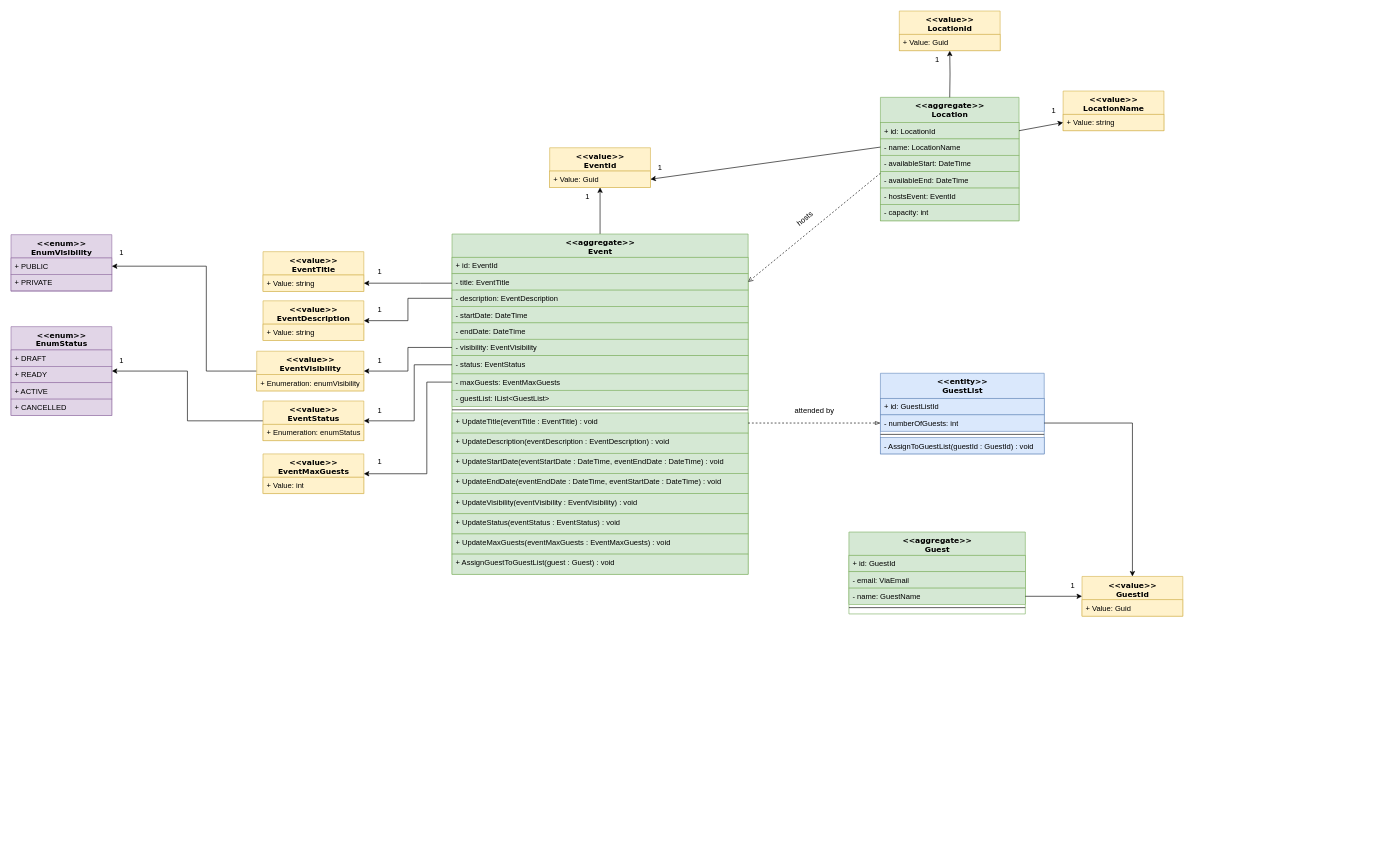
Before: Assignment_1/Concrete Domain Model.drawio in Emil645h/VIAEventAssociation, a draw.io diagram. Source tidied: cells renumbered, new cells numbered last; positions are measured from the earlier drawing's top-left corner, leaving out a move shared by most shapes. Both pictures are drawn from the tidied source at 63%, with x=0, y=0 at pixel (11, 11).
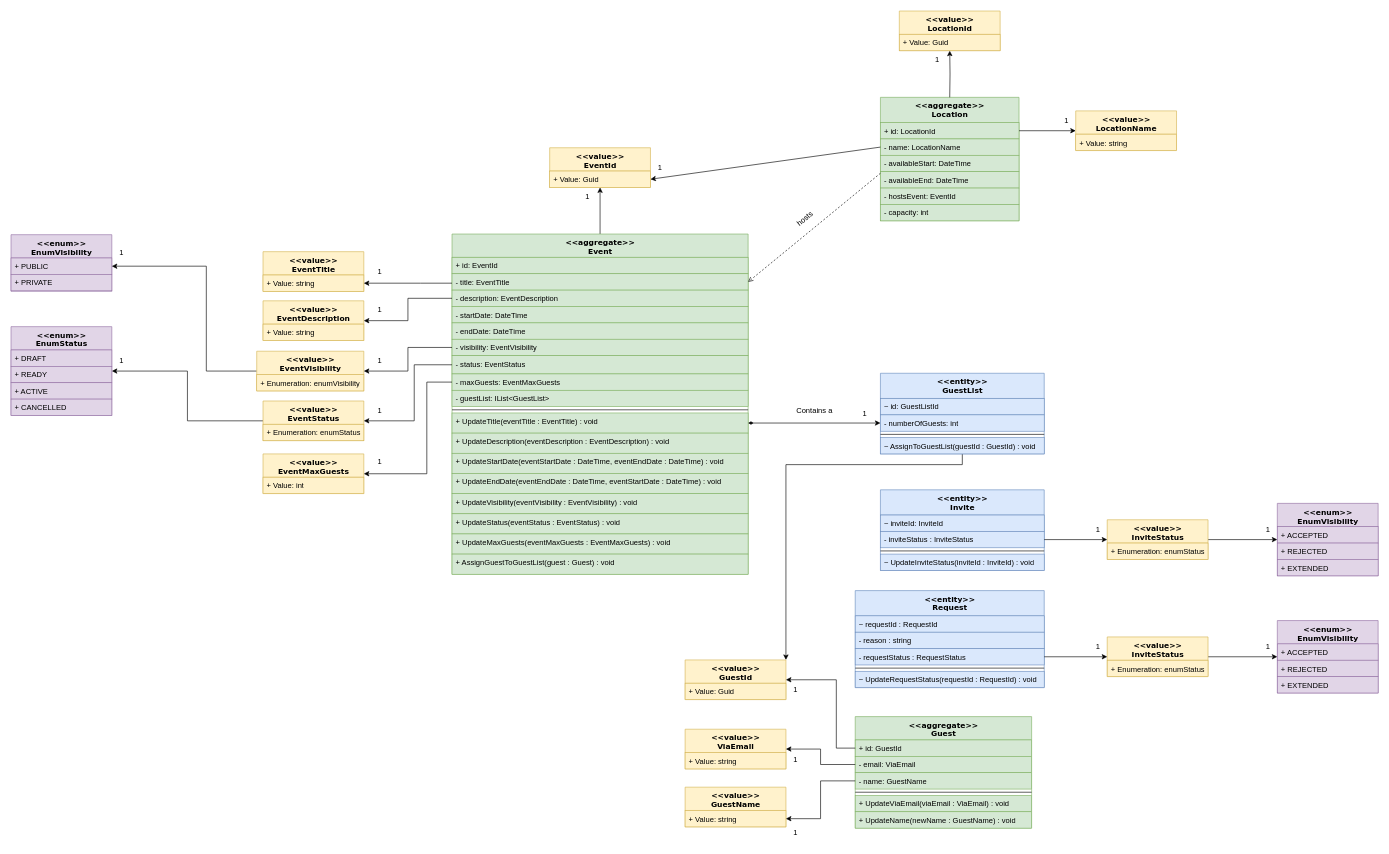
Above is the later version.

Commit message:
Draft 3 - Incomplete - Concrete Domain Model.drawio

The change refers to these unchanged cells:
```xml
<mxCell id="14" value="+ UpdateTitle(eventTitle : EventTitle) : void" style="text;html=1;strokeColor=#82b366;fillColor=#d5e8d4;align=left;verticalAlign=top;spacingLeft=4;spacingRight=4;whiteSpace=wrap;overflow=hidden;points=[[0,0.5],[1,0.5]];portConstraint=eastwest;" parent="3" vertex="1">
  <mxGeometry y="284" width="470" height="32" as="geometry" />
</mxCell>
<mxCell id="22" value="&amp;lt;&amp;lt;entity&amp;gt;&amp;gt;&lt;div&gt;GuestList&lt;/div&gt;" style="swimlane;html=1;fontStyle=1;align=center;verticalAlign=top;horizontal=1;startSize=40;swimlaneFillColor=#ffffff;rounded=0;shadow=0;comic=0;labelBackgroundColor=none;strokeWidth=1;fillColor=#dae8fc;fontFamily=Verdana;fontSize=12;strokeColor=#6c8ebf;" parent="1" vertex="1">
  <mxGeometry x="1380" y="575" width="260" height="128" as="geometry" />
</mxCell>
<mxCell id="24" value="- numberOfGuests: int" style="text;html=1;strokeColor=#6c8ebf;fillColor=#dae8fc;align=left;verticalAlign=top;spacingLeft=4;spacingRight=4;whiteSpace=wrap;overflow=hidden;points=[[0,0.5],[1,0.5]];portConstraint=eastwest;" parent="22" vertex="1">
  <mxGeometry y="66" width="260" height="26" as="geometry" />
</mxCell>
<mxCell id="31" value="+ id: GuestId" style="text;html=1;strokeColor=#82b366;fillColor=#d5e8d4;align=left;verticalAlign=top;spacingLeft=4;spacingRight=4;whiteSpace=wrap;overflow=hidden;points=[[0,0.5],[1,0.5]];portConstraint=eastwest;" parent="30" vertex="1">
  <mxGeometry y="37" width="280" height="26" as="geometry" />
</mxCell>
<mxCell id="32" value="- email: ViaEmail" style="text;html=1;strokeColor=#82b366;fillColor=#d5e8d4;align=left;verticalAlign=top;spacingLeft=4;spacingRight=4;whiteSpace=wrap;overflow=hidden;points=[[0,0.5],[1,0.5]];portConstraint=eastwest;" parent="30" vertex="1">
  <mxGeometry y="63" width="280" height="26" as="geometry" />
</mxCell>
<mxCell id="33" value="- name: GuestName" style="text;html=1;strokeColor=#82b366;fillColor=#d5e8d4;align=left;verticalAlign=top;spacingLeft=4;spacingRight=4;whiteSpace=wrap;overflow=hidden;points=[[0,0.5],[1,0.5]];portConstraint=eastwest;" parent="30" vertex="1">
  <mxGeometry y="89" width="280" height="26" as="geometry" />
</mxCell>
<mxCell id="53" value="+ id: LocationId" style="text;html=1;strokeColor=#82b366;fillColor=#d5e8d4;align=left;verticalAlign=top;spacingLeft=4;spacingRight=4;whiteSpace=wrap;overflow=hidden;points=[[0,0.5],[1,0.5]];portConstraint=eastwest;" parent="52" vertex="1">
  <mxGeometry y="40" width="220" height="26" as="geometry" />
</mxCell>
<mxCell id="68" value="+ Value: string" style="text;html=1;strokeColor=#d6b656;fillColor=#fff2cc;align=left;verticalAlign=top;spacingLeft=4;spacingRight=4;whiteSpace=wrap;overflow=hidden;points=[[0,0.5],[1,0.5]];portConstraint=eastwest;" parent="67" vertex="1">
  <mxGeometry y="37" width="160" height="26" as="geometry" />
</mxCell>
```

What changed in the source:
```diff
@@
+    <mxCell id="93" style="edgeStyle=orthogonalEdgeStyle;rounded=0;jettySize=auto;html=1;entryX=1;entryY=0;entryDx=0;entryDy=0;" parent="1" edge="1" source="22" target="35">
+      <mxGeometry relative="1" as="geometry">
+        <Array as="points">
+          <mxPoint x="1510" y="720" />
+          <mxPoint x="1230" y="720" />
+        </Array>
+      </mxGeometry>
+    </mxCell>
@@
-    <mxCell id="23" value="+ id: GuestListId" style="text;html=1;strokeColor=#6c8ebf;fillColor=#dae8fc;align=left;verticalAlign=top;spacingLeft=4;spacingRight=4;whiteSpace=wrap;overflow=hidden;" parent="22" vertex="1">
+    <mxCell id="23" value="~ id: GuestListId" style="text;html=1;strokeColor=#6c8ebf;fillColor=#dae8fc;align=left;verticalAlign=top;spacingLeft=4;spacingRight=4;whiteSpace=wrap;overflow=hidden;" parent="22" vertex="1">
       <mxGeometry y="40" width="260" height="26" as="geometry" />
     </mxCell>
@@
-    <mxCell id="26" value="- AssignToGuestList(guestId : GuestId) : void" style="text;html=1;strokeColor=#6c8ebf;fillColor=#dae8fc;align=left;verticalAlign=top;spacingLeft=4;spacingRight=4;whiteSpace=wrap;overflow=hidden;" parent="22" vertex="1">
+    <mxCell id="26" value="~ AssignToGuestList(guestId : GuestId) : void" style="text;html=1;strokeColor=#6c8ebf;fillColor=#dae8fc;align=left;verticalAlign=top;spacingLeft=4;spacingRight=4;whiteSpace=wrap;overflow=hidden;" parent="22" vertex="1">
       <mxGeometry y="102" width="260" height="26" as="geometry" />
     </mxCell>
@@
     <mxCell id="30" value="&amp;lt;&amp;lt;aggregate&amp;gt;&amp;gt;&lt;div&gt;Guest&lt;/div&gt;" style="swimlane;html=1;fontStyle=1;align=center;verticalAlign=top;horizontal=1;startSize=37;swimlaneFillColor=#ffffff;rounded=0;shadow=0;comic=0;labelBackgroundColor=none;strokeWidth=1;fillColor=#d5e8d4;fontFamily=Verdana;fontSize=12;strokeColor=#82b366;" parent="1" vertex="1">
-      <mxGeometry x="1330" y="827" width="280" height="130" as="geometry" />
+      <mxGeometry x="1340" y="1120" width="280" height="177" as="geometry" />
     </mxCell>
@@
+    <mxCell id="94" value="+ UpdateViaEmail(viaEmail : ViaEmail) : void" style="text;html=1;strokeColor=#82b366;fillColor=#d5e8d4;align=left;verticalAlign=top;spacingLeft=4;spacingRight=4;whiteSpace=wrap;overflow=hidden;" parent="30" vertex="1">
+      <mxGeometry y="125" width="280" height="26" as="geometry" />
+    </mxCell>
+    <mxCell id="95" value="+ UpdateName(newName : GuestName) : void" style="text;html=1;strokeColor=#82b366;fillColor=#d5e8d4;align=left;verticalAlign=top;spacingLeft=4;spacingRight=4;whiteSpace=wrap;overflow=hidden;" parent="30" vertex="1">
+      <mxGeometry y="151" width="280" height="26" as="geometry" />
+    </mxCell>
     <mxCell id="35" value="&amp;lt;&amp;lt;value&amp;gt;&amp;gt;&lt;div&gt;GuestId&lt;/div&gt;" style="swimlane;html=1;fontStyle=1;align=center;verticalAlign=top;horizontal=1;startSize=37;swimlaneFillColor=#ffffff;rounded=0;shadow=0;comic=0;labelBackgroundColor=none;strokeWidth=1;fontFamily=Verdana;fontSize=12;fillColor=#fff2cc;strokeColor=#d6b656;" parent="1" vertex="1">
-      <mxGeometry x="1700" y="897.5" width="160" height="63" as="geometry" />
+      <mxGeometry x="1070" y="1030" width="160" height="63" as="geometry" />
     </mxCell>
@@
-    <mxCell id="37" style="edgeStyle=orthogonalEdgeStyle;rounded=0;jettySize=auto;html=1;entryX=0;entryY=0.5;entryDx=0;entryDy=0;" parent="1" edge="1" source="33" target="35">
-      <mxGeometry relative="1" as="geometry" />
-    </mxCell>
-    <mxCell id="38" value="1" style="text;html=1;align=center;verticalAlign=middle;strokeColor=none;fillColor=none;" parent="1" vertex="1">
-      <mxGeometry x="1670" y="897.5" width="30" height="30" as="geometry" />
-    </mxCell>
@@
-    <mxCell id="50" style="edgeStyle=orthogonalEdgeStyle;rounded=0;jettySize=auto;html=1;entryX=0;entryY=0.5;entryDx=0;entryDy=0;dashed=1;endArrow=blockThin;endFill=0;" parent="1" edge="1" source="14" target="24">
+    <mxCell id="50" style="edgeStyle=orthogonalEdgeStyle;rounded=0;jettySize=auto;html=1;entryX=0;entryY=0.5;entryDx=0;entryDy=0;endArrow=classic;endFill=1;startArrow=diamondThin;startFill=1;" parent="1" edge="1" source="14" target="24">
       <mxGeometry relative="1" as="geometry" />
     </mxCell>
-    <mxCell id="51" value="attended by" style="text;html=1;align=center;verticalAlign=middle;strokeColor=none;fillColor=none;" parent="1" vertex="1">
-      <mxGeometry x="1230" y="619" width="90" height="30" as="geometry" />
+    <mxCell id="51" value="Contains a" style="text;html=1;align=center;verticalAlign=middle;strokeColor=none;fillColor=none;" parent="1" vertex="1">
+      <mxGeometry x="1235" y="619" width="80" height="30" as="geometry" />
     </mxCell>
@@
     <mxCell id="67" value="&amp;lt;&amp;lt;value&amp;gt;&amp;gt;&lt;div&gt;LocationName&lt;/div&gt;" style="swimlane;html=1;fontStyle=1;align=center;verticalAlign=top;horizontal=1;startSize=37;swimlaneFillColor=#ffffff;rounded=0;shadow=0;comic=0;labelBackgroundColor=none;strokeWidth=1;fontFamily=Verdana;fontSize=12;fillColor=#fff2cc;strokeColor=#d6b656;" parent="1" vertex="1">
-      <mxGeometry x="1670" y="127" width="160" height="63" as="geometry" />
+      <mxGeometry x="1690" y="158.5" width="160" height="63" as="geometry" />
     </mxCell>
@@
-    <mxCell id="69" style="endArrow=classic;html=1;rounded=0;entryX=0;entryY=0.5;entryDx=0;entryDy=0;" parent="1" edge="1" target="68">
-      <mxGeometry relative="1" as="geometry">
-        <mxPoint x="1600" y="190" as="sourcePoint" />
-      </mxGeometry>
-    </mxCell>
     <mxCell id="70" value="1" style="text;html=1;align=center;verticalAlign=middle;strokeColor=none;fillColor=none;" parent="1" vertex="1">
-      <mxGeometry x="1640" y="143.5" width="30" height="30" as="geometry" />
+      <mxGeometry x="1660" y="158.5" width="30" height="30" as="geometry" />
     </mxCell>
-    <mxCell id="71" style="edgeStyle=orthogonalEdgeStyle;rounded=0;jettySize=auto;html=1;" parent="1" edge="1" source="24" target="35">
-      <mxGeometry relative="1" as="geometry" />
-    </mxCell>
@@
+    <mxCell id="96" value="1" style="text;html=1;align=center;verticalAlign=middle;strokeColor=none;fillColor=none;" parent="1" vertex="1">
+      <mxGeometry x="1230" y="1173" width="30" height="30" as="geometry" />
+    </mxCell>
+    <mxCell id="97" value="1" style="text;html=1;align=center;verticalAlign=middle;strokeColor=none;fillColor=none;" parent="1" vertex="1">
+      <mxGeometry x="1340" y="624" width="30" height="30" as="geometry" />
+    </mxCell>
+    <mxCell id="98" value="&amp;lt;&amp;lt;value&amp;gt;&amp;gt;&lt;div&gt;GuestName&lt;/div&gt;" style="swimlane;html=1;fontStyle=1;align=center;verticalAlign=top;horizontal=1;startSize=37;swimlaneFillColor=#ffffff;rounded=0;shadow=0;comic=0;labelBackgroundColor=none;strokeWidth=1;fontFamily=Verdana;fontSize=12;fillColor=#fff2cc;strokeColor=#d6b656;" parent="1" vertex="1">
+      <mxGeometry x="1070" y="1232" width="160" height="63" as="geometry" />
+    </mxCell>
+    <mxCell id="99" value="+ Value: string" style="text;html=1;strokeColor=#d6b656;fillColor=#fff2cc;align=left;verticalAlign=top;spacingLeft=4;spacingRight=4;whiteSpace=wrap;overflow=hidden;points=[[0,0.5],[1,0.5]];portConstraint=eastwest;" parent="98" vertex="1">
+      <mxGeometry y="37" width="160" height="26" as="geometry" />
+    </mxCell>
+    <mxCell id="100" style="edgeStyle=orthogonalEdgeStyle;rounded=0;jettySize=auto;html=1;exitX=0;exitY=0.5;exitDx=0;exitDy=0;" parent="1" edge="1" source="33" target="99">
+      <mxGeometry relative="1" as="geometry" />
+    </mxCell>
+    <mxCell id="101" value="&amp;lt;&amp;lt;value&amp;gt;&amp;gt;&lt;div&gt;ViaEmail&lt;/div&gt;" style="swimlane;html=1;fontStyle=1;align=center;verticalAlign=top;horizontal=1;startSize=37;swimlaneFillColor=#ffffff;rounded=0;shadow=0;comic=0;labelBackgroundColor=none;strokeWidth=1;fontFamily=Verdana;fontSize=12;fillColor=#fff2cc;strokeColor=#d6b656;" parent="1" vertex="1">
+      <mxGeometry x="1070" y="1140" width="160" height="63" as="geometry" />
+    </mxCell>
+    <mxCell id="102" value="+ Value: string" style="text;html=1;strokeColor=#d6b656;fillColor=#fff2cc;align=left;verticalAlign=top;spacingLeft=4;spacingRight=4;whiteSpace=wrap;overflow=hidden;" parent="101" vertex="1">
+      <mxGeometry y="37" width="160" height="26" as="geometry" />
+    </mxCell>
+    <mxCell id="103" style="edgeStyle=orthogonalEdgeStyle;rounded=0;jettySize=auto;html=1;entryX=1;entryY=0.5;entryDx=0;entryDy=0;" parent="1" edge="1" source="32" target="101">
+      <mxGeometry relative="1" as="geometry" />
+    </mxCell>
+    <mxCell id="104" value="1" style="text;html=1;align=center;verticalAlign=middle;strokeColor=none;fillColor=none;" parent="1" vertex="1">
+      <mxGeometry x="1230" y="1063" width="30" height="30" as="geometry" />
+    </mxCell>
+    <mxCell id="105" value="1" style="text;html=1;align=center;verticalAlign=middle;strokeColor=none;fillColor=none;" parent="1" vertex="1">
+      <mxGeometry x="1230" y="1290" width="30" height="30" as="geometry" />
+    </mxCell>
+    <mxCell id="106" value="&amp;lt;&amp;lt;entity&amp;gt;&amp;gt;&lt;div&gt;Invite&lt;/div&gt;" style="swimlane;html=1;fontStyle=1;align=center;verticalAlign=top;horizontal=1;startSize=40;swimlaneFillColor=#ffffff;rounded=0;shadow=0;comic=0;labelBackgroundColor=none;strokeWidth=1;fillColor=#dae8fc;fontFamily=Verdana;fontSize=12;strokeColor=#6c8ebf;" parent="1" vertex="1">
+      <mxGeometry x="1380" y="760" width="260" height="128" as="geometry" />
+    </mxCell>
+    <mxCell id="107" value="~ inviteId: InviteId" style="text;html=1;strokeColor=#6c8ebf;fillColor=#dae8fc;align=left;verticalAlign=top;spacingLeft=4;spacingRight=4;whiteSpace=wrap;overflow=hidden;" parent="106" vertex="1">
+      <mxGeometry y="40" width="260" height="26" as="geometry" />
+    </mxCell>
+    <mxCell id="108" value="- inviteStatus : InviteStatus" style="text;html=1;strokeColor=#6c8ebf;fillColor=#dae8fc;align=left;verticalAlign=top;spacingLeft=4;spacingRight=4;whiteSpace=wrap;overflow=hidden;points=[[0,0.5],[1,0.5]];portConstraint=eastwest;" parent="106" vertex="1">
+      <mxGeometry y="66" width="260" height="26" as="geometry" />
+    </mxCell>
+    <mxCell id="109" style="line;html=1;strokeWidth=1;fillColor=none;align=left;verticalAlign=middle;spacingTop=-1;spacingLeft=3;spacingRight=3;labelPosition=right;" parent="106" vertex="1">
+      <mxGeometry y="92" width="260" height="10" as="geometry" />
+    </mxCell>
+    <mxCell id="110" value="~ UpdateInviteStatus(inviteId : InviteId) : void" style="text;html=1;strokeColor=#6c8ebf;fillColor=#dae8fc;align=left;verticalAlign=top;spacingLeft=4;spacingRight=4;whiteSpace=wrap;overflow=hidden;" parent="106" vertex="1">
+      <mxGeometry y="102" width="260" height="26" as="geometry" />
+    </mxCell>
+    <mxCell id="111" value="&amp;lt;&amp;lt;entity&amp;gt;&amp;gt;&lt;div&gt;Request&lt;/div&gt;" style="swimlane;html=1;fontStyle=1;align=center;verticalAlign=top;horizontal=1;startSize=40;swimlaneFillColor=#ffffff;rounded=0;shadow=0;comic=0;labelBackgroundColor=none;strokeWidth=1;fillColor=#dae8fc;fontFamily=Verdana;fontSize=12;strokeColor=#6c8ebf;" parent="1" vertex="1">
+      <mxGeometry x="1340" y="920" width="300" height="154" as="geometry" />
+    </mxCell>
+    <mxCell id="112" value="~ requestId : RequestId" style="text;html=1;strokeColor=#6c8ebf;fillColor=#dae8fc;align=left;verticalAlign=top;spacingLeft=4;spacingRight=4;whiteSpace=wrap;overflow=hidden;" parent="111" vertex="1">
+      <mxGeometry y="40" width="300" height="26" as="geometry" />
+    </mxCell>
+    <mxCell id="113" value="- reason : string" style="text;html=1;strokeColor=#6c8ebf;fillColor=#dae8fc;align=left;verticalAlign=top;spacingLeft=4;spacingRight=4;whiteSpace=wrap;overflow=hidden;" parent="111" vertex="1">
+      <mxGeometry y="66" width="300" height="26" as="geometry" />
+    </mxCell>
+    <mxCell id="114" value="- requestStatus : RequestStatus" style="text;html=1;strokeColor=#6c8ebf;fillColor=#dae8fc;align=left;verticalAlign=top;spacingLeft=4;spacingRight=4;whiteSpace=wrap;overflow=hidden;points=[[0,0.5],[1,0.5]];portConstraint=eastwest;" parent="111" vertex="1">
+      <mxGeometry y="92" width="300" height="26" as="geometry" />
+    </mxCell>
+    <mxCell id="115" style="line;html=1;strokeWidth=1;fillColor=none;align=left;verticalAlign=middle;spacingTop=-1;spacingLeft=3;spacingRight=3;labelPosition=right;" parent="111" vertex="1">
+      <mxGeometry y="118" width="300" height="10" as="geometry" />
+    </mxCell>
+    <mxCell id="116" value="~ UpdateRequestStatus(requestId : RequestId) : void" style="text;html=1;strokeColor=#6c8ebf;fillColor=#dae8fc;align=left;verticalAlign=top;spacingLeft=4;spacingRight=4;whiteSpace=wrap;overflow=hidden;" parent="111" vertex="1">
+      <mxGeometry y="128" width="300" height="26" as="geometry" />
+    </mxCell>
+    <mxCell id="117" style="edgeStyle=orthogonalEdgeStyle;rounded=0;jettySize=auto;html=1;exitX=0;exitY=0.5;exitDx=0;exitDy=0;entryX=1;entryY=0.5;entryDx=0;entryDy=0;" parent="1" edge="1" source="31" target="35">
+      <mxGeometry relative="1" as="geometry">
+        <Array as="points">
+          <mxPoint x="1310" y="1170" />
+          <mxPoint x="1310" y="1062" />
+        </Array>
+      </mxGeometry>
+    </mxCell>
+    <mxCell id="118" style="edgeStyle=orthogonalEdgeStyle;rounded=0;jettySize=auto;html=1;" parent="1" edge="1" source="119" target="122">
+      <mxGeometry relative="1" as="geometry" />
+    </mxCell>
+    <mxCell id="119" value="&amp;lt;&amp;lt;value&amp;gt;&amp;gt;&lt;div&gt;InviteStatus&lt;/div&gt;" style="swimlane;html=1;fontStyle=1;align=center;verticalAlign=top;horizontal=1;startSize=37;swimlaneFillColor=#ffffff;rounded=0;shadow=0;comic=0;labelBackgroundColor=none;strokeWidth=1;fontFamily=Verdana;fontSize=12;fillColor=#fff2cc;strokeColor=#d6b656;" parent="1" vertex="1">
+      <mxGeometry x="1740" y="807.5" width="160" height="63" as="geometry" />
+    </mxCell>
+    <mxCell id="120" value="+ Enumeration: enumStatus" style="text;html=1;strokeColor=#d6b656;fillColor=#fff2cc;align=left;verticalAlign=top;spacingLeft=4;spacingRight=4;whiteSpace=wrap;overflow=hidden;" parent="119" vertex="1">
+      <mxGeometry y="37" width="160" height="26" as="geometry" />
+    </mxCell>
+    <mxCell id="121" style="edgeStyle=orthogonalEdgeStyle;rounded=0;jettySize=auto;html=1;entryX=0;entryY=0.5;entryDx=0;entryDy=0;" parent="1" edge="1" source="108" target="119">
+      <mxGeometry relative="1" as="geometry" />
+    </mxCell>
+    <mxCell id="122" value="&amp;lt;&amp;lt;enum&amp;gt;&amp;gt;&lt;div&gt;EnumVisibility&lt;/div&gt;" style="swimlane;html=1;fontStyle=1;align=center;verticalAlign=top;horizontal=1;startSize=37;swimlaneFillColor=#ffffff;rounded=0;shadow=0;comic=0;labelBackgroundColor=none;strokeWidth=1;fontFamily=Verdana;fontSize=12;fillColor=#e1d5e7;strokeColor=#9673a6;" parent="1" vertex="1">
+      <mxGeometry x="2010" y="781.5" width="160" height="115" as="geometry" />
+    </mxCell>
+    <mxCell id="123" value="+ ACCEPTED" style="text;html=1;strokeColor=#9673a6;fillColor=#e1d5e7;align=left;verticalAlign=top;spacingLeft=4;spacingRight=4;whiteSpace=wrap;overflow=hidden;" parent="122" vertex="1">
+      <mxGeometry y="37" width="160" height="26" as="geometry" />
+    </mxCell>
+    <mxCell id="124" value="+ REJECTED" style="text;html=1;strokeColor=#9673a6;fillColor=#e1d5e7;align=left;verticalAlign=top;spacingLeft=4;spacingRight=4;whiteSpace=wrap;overflow=hidden;" parent="122" vertex="1">
+      <mxGeometry y="63" width="160" height="26" as="geometry" />
+    </mxCell>
+    <mxCell id="125" value="+ EXTENDED" style="text;html=1;strokeColor=#9673a6;fillColor=#e1d5e7;align=left;verticalAlign=top;spacingLeft=4;spacingRight=4;whiteSpace=wrap;overflow=hidden;" parent="122" vertex="1">
+      <mxGeometry y="89" width="160" height="26" as="geometry" />
+    </mxCell>
+    <mxCell id="126" value="1" style="text;html=1;align=center;verticalAlign=middle;strokeColor=none;fillColor=none;" parent="1" vertex="1">
+      <mxGeometry x="1710" y="809" width="30" height="30" as="geometry" />
+    </mxCell>
+    <mxCell id="127" value="1" style="text;html=1;align=center;verticalAlign=middle;strokeColor=none;fillColor=none;" parent="1" vertex="1">
+      <mxGeometry x="1980" y="807.5" width="30" height="30" as="geometry" />
+    </mxCell>
+    <mxCell id="128" style="edgeStyle=orthogonalEdgeStyle;rounded=0;jettySize=auto;html=1;" parent="1" edge="1" source="129" target="131">
+      <mxGeometry relative="1" as="geometry" />
+    </mxCell>
+    <mxCell id="129" value="&amp;lt;&amp;lt;value&amp;gt;&amp;gt;&lt;div&gt;InviteStatus&lt;/div&gt;" style="swimlane;html=1;fontStyle=1;align=center;verticalAlign=top;horizontal=1;startSize=37;swimlaneFillColor=#ffffff;rounded=0;shadow=0;comic=0;labelBackgroundColor=none;strokeWidth=1;fontFamily=Verdana;fontSize=12;fillColor=#fff2cc;strokeColor=#d6b656;" parent="1" vertex="1">
+      <mxGeometry x="1740" y="993.5" width="160" height="63" as="geometry" />
+    </mxCell>
+    <mxCell id="130" value="+ Enumeration: enumStatus" style="text;html=1;strokeColor=#d6b656;fillColor=#fff2cc;align=left;verticalAlign=top;spacingLeft=4;spacingRight=4;whiteSpace=wrap;overflow=hidden;" parent="129" vertex="1">
+      <mxGeometry y="37" width="160" height="26" as="geometry" />
+    </mxCell>
+    <mxCell id="131" value="&amp;lt;&amp;lt;enum&amp;gt;&amp;gt;&lt;div&gt;EnumVisibility&lt;/div&gt;" style="swimlane;html=1;fontStyle=1;align=center;verticalAlign=top;horizontal=1;startSize=37;swimlaneFillColor=#ffffff;rounded=0;shadow=0;comic=0;labelBackgroundColor=none;strokeWidth=1;fontFamily=Verdana;fontSize=12;fillColor=#e1d5e7;strokeColor=#9673a6;" parent="1" vertex="1">
+      <mxGeometry x="2010" y="967.5" width="160" height="115" as="geometry" />
+    </mxCell>
+    <mxCell id="132" value="+ ACCEPTED" style="text;html=1;strokeColor=#9673a6;fillColor=#e1d5e7;align=left;verticalAlign=top;spacingLeft=4;spacingRight=4;whiteSpace=wrap;overflow=hidden;" parent="131" vertex="1">
+      <mxGeometry y="37" width="160" height="26" as="geometry" />
+    </mxCell>
+    <mxCell id="133" value="+ REJECTED" style="text;html=1;strokeColor=#9673a6;fillColor=#e1d5e7;align=left;verticalAlign=top;spacingLeft=4;spacingRight=4;whiteSpace=wrap;overflow=hidden;" parent="131" vertex="1">
+      <mxGeometry y="63" width="160" height="26" as="geometry" />
+    </mxCell>
+    <mxCell id="134" value="+ EXTENDED" style="text;html=1;strokeColor=#9673a6;fillColor=#e1d5e7;align=left;verticalAlign=top;spacingLeft=4;spacingRight=4;whiteSpace=wrap;overflow=hidden;" parent="131" vertex="1">
+      <mxGeometry y="89" width="160" height="26" as="geometry" />
+    </mxCell>
+    <mxCell id="135" value="1" style="text;html=1;align=center;verticalAlign=middle;strokeColor=none;fillColor=none;" parent="1" vertex="1">
+      <mxGeometry x="1710" y="993.5" width="30" height="30" as="geometry" />
+    </mxCell>
+    <mxCell id="136" value="1" style="text;html=1;align=center;verticalAlign=middle;strokeColor=none;fillColor=none;" parent="1" vertex="1">
+      <mxGeometry x="1980" y="993.5" width="30" height="30" as="geometry" />
+    </mxCell>
+    <mxCell id="137" style="edgeStyle=orthogonalEdgeStyle;rounded=0;jettySize=auto;html=1;" parent="1" edge="1" source="114" target="129">
+      <mxGeometry relative="1" as="geometry" />
+    </mxCell>
+    <mxCell id="138" style="edgeStyle=orthogonalEdgeStyle;rounded=0;jettySize=auto;html=1;" parent="1" edge="1" source="53" target="67">
+      <mxGeometry relative="1" as="geometry" />
+    </mxCell>
```
